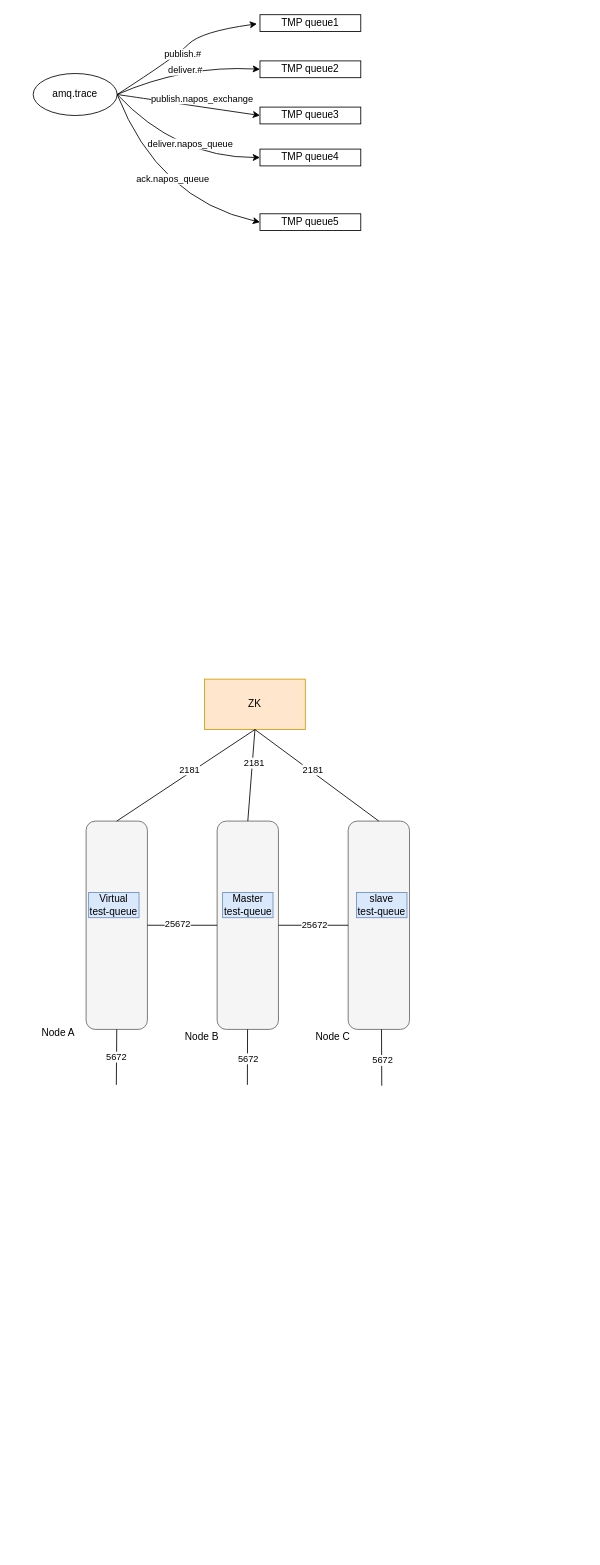
Before: page "Page-1" (1 of 4) of eleme/Untitled Diagram.drawio in zhangwm1987/mydraw_io, a draw.io diagram. Source tidied: cells renumbered, new cells numbered last; positions are measured from the earlier drawing's top-left corner, leaving out a move shared by most shapes. Both pictures are drawn from the tidied source at 84%, with x=0, y=0 at pixel (33, 14).
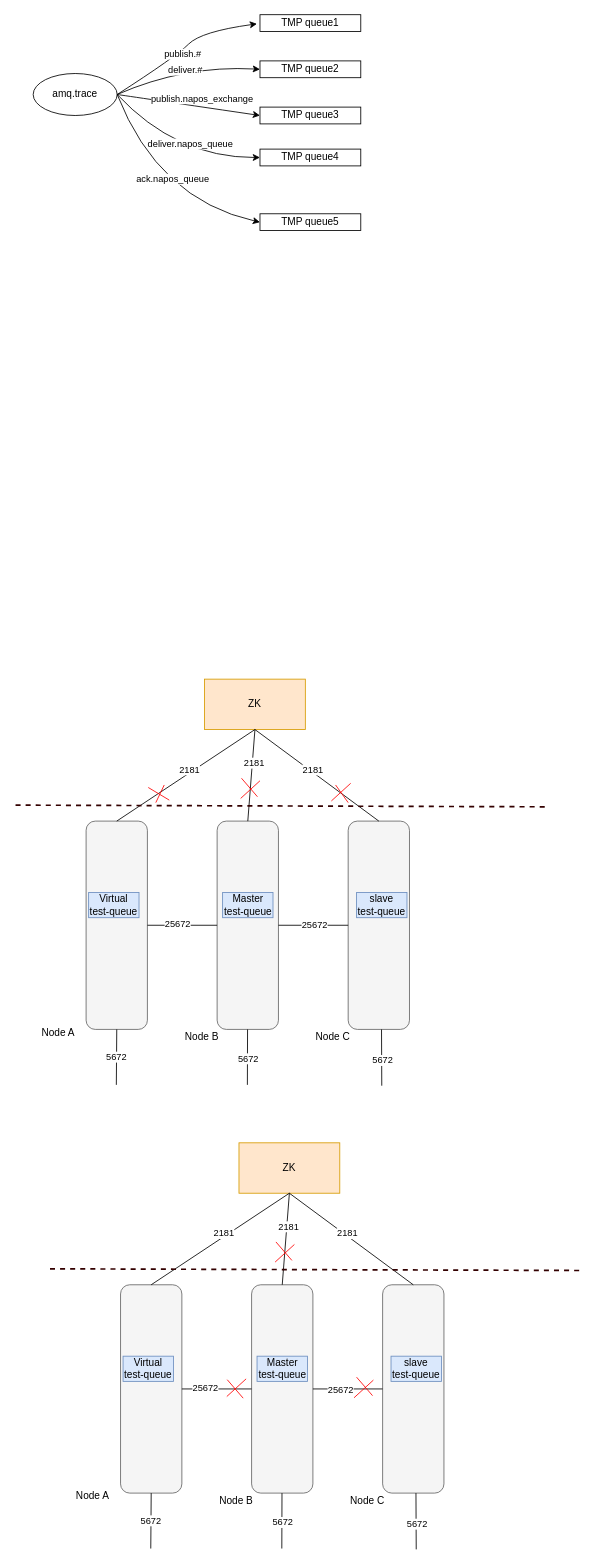
The same diagram, later.

The edit, as a diff of the source:
```diff
@@
+    <mxCell id="43" style="endArrow=none;html=1;rounded=0;strokeColor=#FF0000;" parent="1" edge="1">
+      <mxGeometry relative="1" as="geometry">
+        <mxPoint x="355" y="936" as="sourcePoint" />
+        <mxPoint x="378" y="915" as="targetPoint" />
+      </mxGeometry>
+    </mxCell>
+    <mxCell id="44" style="endArrow=none;html=1;rounded=0;strokeColor=#FF0000;" parent="1" edge="1">
+      <mxGeometry relative="1" as="geometry">
+        <mxPoint x="375" y="938" as="sourcePoint" />
+        <mxPoint x="360" y="917" as="targetPoint" />
+      </mxGeometry>
+    </mxCell>
+    <mxCell id="45" style="endArrow=none;html=1;rounded=0;strokeColor=#FF0000;" parent="1" edge="1">
+      <mxGeometry relative="1" as="geometry">
+        <mxPoint x="146" y="938" as="sourcePoint" />
+        <mxPoint x="156" y="917" as="targetPoint" />
+      </mxGeometry>
+    </mxCell>
+    <mxCell id="46" style="endArrow=none;html=1;rounded=0;strokeColor=#FF0000;" parent="1" edge="1">
+      <mxGeometry relative="1" as="geometry">
+        <mxPoint x="162" y="935" as="sourcePoint" />
+        <mxPoint x="137" y="920" as="targetPoint" />
+      </mxGeometry>
+    </mxCell>
+    <mxCell id="47" style="endArrow=none;html=1;rounded=0;strokeColor=#330000;dashed=1;strokeWidth=2;" parent="1" edge="1">
+      <mxGeometry relative="1" as="geometry">
+        <mxPoint x="-21" y="941" as="sourcePoint" />
+        <mxPoint x="615" y="943" as="targetPoint" />
+      </mxGeometry>
+    </mxCell>
+    <mxCell id="48" style="endArrow=none;html=1;rounded=0;strokeColor=#FF0000;" parent="1" edge="1">
+      <mxGeometry relative="1" as="geometry">
+        <mxPoint x="247" y="933" as="sourcePoint" />
+        <mxPoint x="270" y="912" as="targetPoint" />
+      </mxGeometry>
+    </mxCell>
+    <mxCell id="49" style="endArrow=none;html=1;rounded=0;strokeColor=#FF0000;" parent="1" edge="1">
+      <mxGeometry relative="1" as="geometry">
+        <mxPoint x="267" y="931" as="sourcePoint" />
+        <mxPoint x="248" y="909" as="targetPoint" />
+      </mxGeometry>
+    </mxCell>
+    <mxCell id="50" style="rounded=1;whiteSpace=wrap;html=1;fillColor=#f5f5f5;fontColor=#333333;strokeColor=#666666;" parent="1" vertex="1">
+      <mxGeometry x="260" y="1512" width="73" height="248" as="geometry" />
+    </mxCell>
+    <mxCell id="51" style="rounded=1;whiteSpace=wrap;html=1;fillColor=#f5f5f5;fontColor=#333333;strokeColor=#666666;" parent="1" vertex="1">
+      <mxGeometry x="104" y="1512" width="73" height="248" as="geometry" />
+    </mxCell>
+    <mxCell id="52" style="rounded=1;whiteSpace=wrap;html=1;fillColor=#f5f5f5;fontColor=#333333;strokeColor=#666666;" parent="1" vertex="1">
+      <mxGeometry x="416" y="1512" width="73" height="248" as="geometry" />
+    </mxCell>
+    <mxCell id="53" value="Node A" style="text;html=1;strokeColor=none;fillColor=none;align=center;verticalAlign=middle;whiteSpace=wrap;rounded=0;" parent="1" vertex="1">
+      <mxGeometry x="41" y="1749" width="60" height="30" as="geometry" />
+    </mxCell>
+    <mxCell id="54" value="Node B" style="text;html=1;strokeColor=none;fillColor=none;align=center;verticalAlign=middle;whiteSpace=wrap;rounded=0;" parent="1" vertex="1">
+      <mxGeometry x="212" y="1754" width="60" height="30" as="geometry" />
+    </mxCell>
+    <mxCell id="55" value="Node C" style="text;html=1;strokeColor=none;fillColor=none;align=center;verticalAlign=middle;whiteSpace=wrap;rounded=0;" parent="1" vertex="1">
+      <mxGeometry x="368" y="1754" width="60" height="30" as="geometry" />
+    </mxCell>
+    <mxCell id="56" value="Virtual&lt;br&gt;test-queue" style="text;html=1;strokeColor=#6c8ebf;fillColor=#dae8fc;align=center;verticalAlign=middle;whiteSpace=wrap;rounded=0;shadow=0;" parent="1" vertex="1">
+      <mxGeometry x="107" y="1597" width="60" height="30" as="geometry" />
+    </mxCell>
+    <mxCell id="57" value="Master&lt;br&gt;test-queue" style="text;html=1;strokeColor=#6c8ebf;fillColor=#dae8fc;align=center;verticalAlign=middle;whiteSpace=wrap;rounded=0;" parent="1" vertex="1">
+      <mxGeometry x="266.5" y="1597" width="60" height="30" as="geometry" />
+    </mxCell>
+    <mxCell id="58" value="slave&lt;br&gt;test-queue" style="text;html=1;strokeColor=#6c8ebf;fillColor=#dae8fc;align=center;verticalAlign=middle;whiteSpace=wrap;rounded=0;" parent="1" vertex="1">
+      <mxGeometry x="426" y="1597" width="60" height="30" as="geometry" />
+    </mxCell>
+    <mxCell id="59" value="ZK" style="rounded=0;whiteSpace=wrap;html=1;shadow=0;fillColor=#ffe6cc;strokeColor=#d79b00;" parent="1" vertex="1">
+      <mxGeometry x="245" y="1343" width="120" height="60" as="geometry" />
+    </mxCell>
+    <mxCell id="60" style="endArrow=none;html=1;rounded=0;entryX=0.5;entryY=1;entryDx=0;entryDy=0;exitX=0.5;exitY=0;exitDx=0;exitDy=0;" parent="1" edge="1" source="51" target="59">
+      <mxGeometry relative="1" as="geometry" />
+    </mxCell>
+    <mxCell id="61" value="2181" style="edgeLabel;html=1;align=center;verticalAlign=middle;" parent="60" vertex="1">
+      <mxGeometry x="0.07" y="4" relative="1" as="geometry" />
+    </mxCell>
+    <mxCell id="62" style="endArrow=none;html=1;rounded=0;entryX=0.5;entryY=1;entryDx=0;entryDy=0;exitX=0.5;exitY=0;exitDx=0;exitDy=0;" parent="1" edge="1" source="50" target="59">
+      <mxGeometry relative="1" as="geometry" />
+    </mxCell>
+    <mxCell id="63" value="2181" style="edgeLabel;html=1;align=center;verticalAlign=middle;" parent="62" vertex="1">
+      <mxGeometry x="0.28" y="-2" relative="1" as="geometry" />
+    </mxCell>
+    <mxCell id="64" style="endArrow=none;html=1;rounded=0;entryX=0.5;entryY=1;entryDx=0;entryDy=0;exitX=0.5;exitY=0;exitDx=0;exitDy=0;" parent="1" edge="1" source="52" target="59">
+      <mxGeometry relative="1" as="geometry" />
+    </mxCell>
+    <mxCell id="65" value="2181" style="edgeLabel;html=1;align=center;verticalAlign=middle;" parent="64" vertex="1">
+      <mxGeometry x="0.09" y="-3" relative="1" as="geometry" />
+    </mxCell>
+    <mxCell id="66" style="endArrow=none;html=1;rounded=0;entryX=0;entryY=0.5;entryDx=0;entryDy=0;exitX=1;exitY=0.5;exitDx=0;exitDy=0;" parent="1" edge="1" source="51" target="50">
+      <mxGeometry relative="1" as="geometry" />
+    </mxCell>
+    <mxCell id="67" value="25672" style="edgeLabel;html=1;align=center;verticalAlign=middle;" parent="66" vertex="1">
+      <mxGeometry x="-0.17" y="3" relative="1" as="geometry">
+        <mxPoint x="-7" y="1" as="offset" />
+      </mxGeometry>
+    </mxCell>
+    <mxCell id="68" style="endArrow=none;html=1;rounded=0;entryX=0;entryY=0.5;entryDx=0;entryDy=0;exitX=1;exitY=0.5;exitDx=0;exitDy=0;" parent="1" edge="1" source="50" target="52">
+      <mxGeometry relative="1" as="geometry" />
+    </mxCell>
+    <mxCell id="69" value="25672" style="edgeLabel;html=1;align=center;verticalAlign=middle;" parent="68" vertex="1">
+      <mxGeometry y="2" relative="1" as="geometry">
+        <mxPoint x="-10" y="2" as="offset" />
+      </mxGeometry>
+    </mxCell>
+    <mxCell id="70" value="5672" style="endArrow=none;html=1;rounded=0;entryX=0.5;entryY=1;entryDx=0;entryDy=0;" parent="1" edge="1" target="51">
+      <mxGeometry relative="1" as="geometry">
+        <mxPoint x="140" y="1826" as="sourcePoint" />
+      </mxGeometry>
+    </mxCell>
+    <mxCell id="71" style="endArrow=none;html=1;rounded=0;entryX=0.5;entryY=1;entryDx=0;entryDy=0;" parent="1" edge="1">
+      <mxGeometry relative="1" as="geometry">
+        <mxPoint x="296" y="1826" as="sourcePoint" />
+        <mxPoint x="296.2" y="1760" as="targetPoint" />
+      </mxGeometry>
+    </mxCell>
+    <mxCell id="72" value="5672" style="edgeLabel;html=1;align=center;verticalAlign=middle;" parent="71" vertex="1">
+      <mxGeometry x="-0.03" relative="1" as="geometry" />
+    </mxCell>
+    <mxCell id="73" style="endArrow=none;html=1;rounded=0;entryX=0.5;entryY=1;entryDx=0;entryDy=0;" parent="1" edge="1">
+      <mxGeometry relative="1" as="geometry">
+        <mxPoint x="456" y="1827" as="sourcePoint" />
+        <mxPoint x="455.7" y="1760" as="targetPoint" />
+      </mxGeometry>
+    </mxCell>
+    <mxCell id="74" value="5672" style="edgeLabel;html=1;align=center;verticalAlign=middle;" parent="73" vertex="1">
+      <mxGeometry x="-0.09" y="-1" relative="1" as="geometry" />
+    </mxCell>
+    <mxCell id="75" style="endArrow=none;html=1;rounded=0;strokeColor=#330000;dashed=1;strokeWidth=2;" parent="1" edge="1">
+      <mxGeometry relative="1" as="geometry">
+        <mxPoint x="20" y="1493" as="sourcePoint" />
+        <mxPoint x="656" y="1495" as="targetPoint" />
+      </mxGeometry>
+    </mxCell>
+    <mxCell id="76" style="endArrow=none;html=1;rounded=0;strokeColor=#FF0000;" parent="1" edge="1">
+      <mxGeometry relative="1" as="geometry">
+        <mxPoint x="288" y="1485" as="sourcePoint" />
+        <mxPoint x="311" y="1464" as="targetPoint" />
+      </mxGeometry>
+    </mxCell>
+    <mxCell id="77" style="endArrow=none;html=1;rounded=0;strokeColor=#FF0000;" parent="1" edge="1">
+      <mxGeometry relative="1" as="geometry">
+        <mxPoint x="308" y="1483" as="sourcePoint" />
+        <mxPoint x="289" y="1461" as="targetPoint" />
+      </mxGeometry>
+    </mxCell>
+    <mxCell id="78" style="endArrow=none;html=1;rounded=0;strokeColor=#FF0000;" parent="1" edge="1">
+      <mxGeometry relative="1" as="geometry">
+        <mxPoint x="404" y="1644" as="sourcePoint" />
+        <mxPoint x="385" y="1622" as="targetPoint" />
+      </mxGeometry>
+    </mxCell>
+    <mxCell id="79" style="endArrow=none;html=1;rounded=0;strokeColor=#FF0000;" parent="1" edge="1">
+      <mxGeometry relative="1" as="geometry">
+        <mxPoint x="382" y="1646.5" as="sourcePoint" />
+        <mxPoint x="405" y="1625.5" as="targetPoint" />
+      </mxGeometry>
+    </mxCell>
+    <mxCell id="80" style="endArrow=none;html=1;rounded=0;strokeColor=#FF0000;" parent="1" edge="1">
+      <mxGeometry relative="1" as="geometry">
+        <mxPoint x="230.5" y="1645" as="sourcePoint" />
+        <mxPoint x="253.5" y="1624" as="targetPoint" />
+      </mxGeometry>
+    </mxCell>
+    <mxCell id="81" style="endArrow=none;html=1;rounded=0;strokeColor=#FF0000;" parent="1" edge="1">
+      <mxGeometry relative="1" as="geometry">
+        <mxPoint x="250" y="1647" as="sourcePoint" />
+        <mxPoint x="231" y="1625" as="targetPoint" />
+      </mxGeometry>
+    </mxCell>
```
